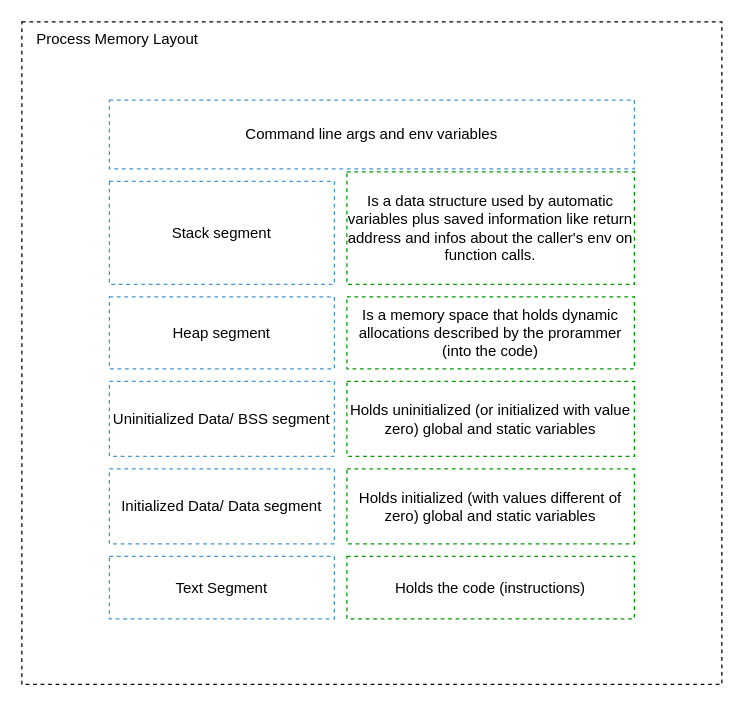
Above: page "memory-layout" (4 of 4) of images/clean-concurrent-code/concurrency.drawio in GabrielSlima/blog (draw.io), before the change. Source tidied: cells renumbered, new cells numbered last; positions are measured from the earlier drawing's top-left corner, leaving out a move shared by most shapes. Both pictures are drawn from the tidied source at 125%, with x=0, y=0 at pixel (21, 21).
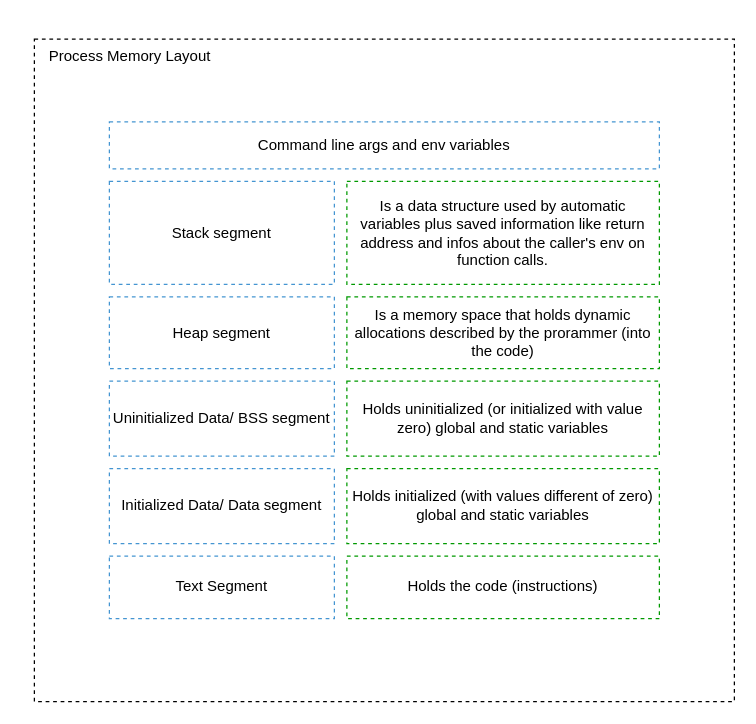
The same page after the edit.

Diff of the diagram source:
```diff
@@
 <mxGraphModel>
   <root>
     <mxCell id="0" />
     <mxCell id="1" parent="0" />
-    <mxCell id="2" value="Process Memory Layout" style="rounded=0;whiteSpace=wrap;html=1;dashed=1;fillColor=none;align=left;verticalAlign=top;spacingLeft=10;" parent="1" vertex="1">
-      <mxGeometry width="560" height="530" as="geometry" />
+    <mxCell id="2" value="Process Memory Layout" style="rounded=0;whiteSpace=wrap;html=1;fillColor=none;align=left;verticalAlign=top;spacingLeft=10;dashed=1;" parent="1" vertex="1">
+      <mxGeometry x="10" y="13.7" width="560" height="530" as="geometry" />
     </mxCell>
     <mxCell id="3" value="Text Segment" style="rounded=0;whiteSpace=wrap;html=1;fillColor=none;dashed=1;strokeColor=#4495D1;" parent="1" vertex="1">
-      <mxGeometry x="70" y="427.5" width="180" height="50" as="geometry" />
+      <mxGeometry x="70" y="427.4" width="180" height="50" as="geometry" />
     </mxCell>
     <mxCell id="4" value="Initialized Data/ Data segment" style="rounded=0;whiteSpace=wrap;html=1;fillColor=none;dashed=1;strokeColor=#4495D1;" parent="1" vertex="1">
-      <mxGeometry x="70" y="357.5" width="180" height="60" as="geometry" />
+      <mxGeometry x="70" y="357.4" width="180" height="60" as="geometry" />
     </mxCell>
     <mxCell id="5" value="Holds the code (instructions)" style="rounded=0;whiteSpace=wrap;html=1;fillColor=none;dashed=1;strokeColor=#009900;" parent="1" vertex="1">
-      <mxGeometry x="260" y="427.5" width="230" height="50" as="geometry" />
+      <mxGeometry x="260" y="427.4" width="250" height="50" as="geometry" />
     </mxCell>
     <mxCell id="6" value="Holds initialized (with values different of zero) global and static variables" style="rounded=0;whiteSpace=wrap;html=1;fillColor=none;dashed=1;align=center;strokeColor=#009900;" parent="1" vertex="1">
-      <mxGeometry x="260" y="357.5" width="230" height="60" as="geometry" />
+      <mxGeometry x="260" y="357.4" width="250" height="60" as="geometry" />
     </mxCell>
     <mxCell id="7" value="Uninitialized Data/ BSS segment" style="rounded=0;whiteSpace=wrap;html=1;fillColor=none;dashed=1;strokeColor=#4495D1;" parent="1" vertex="1">
-      <mxGeometry x="70" y="287.5" width="180" height="60" as="geometry" />
+      <mxGeometry x="70" y="287.4" width="180" height="60" as="geometry" />
     </mxCell>
     <mxCell id="8" value="Holds uninitialized (or initialized with value zero) global and static variables " style="rounded=0;whiteSpace=wrap;html=1;fillColor=none;dashed=1;align=center;strokeColor=#009900;" parent="1" vertex="1">
-      <mxGeometry x="260" y="287.5" width="230" height="60" as="geometry" />
+      <mxGeometry x="260" y="287.4" width="250" height="60" as="geometry" />
     </mxCell>
     <mxCell id="9" value="Heap segment" style="rounded=0;whiteSpace=wrap;html=1;fillColor=none;dashed=1;strokeColor=#4495D1;" parent="1" vertex="1">
-      <mxGeometry x="70" y="220" width="180" height="57.5" as="geometry" />
+      <mxGeometry x="70" y="219.9" width="180" height="57.5" as="geometry" />
     </mxCell>
     <mxCell id="10" value="Is a memory space that holds dynamic allocations described by the prorammer (into the code)" style="rounded=0;whiteSpace=wrap;html=1;fillColor=none;dashed=1;align=center;strokeColor=#009900;" parent="1" vertex="1">
-      <mxGeometry x="260" y="220" width="230" height="57.5" as="geometry" />
+      <mxGeometry x="260" y="219.9" width="250" height="57.5" as="geometry" />
     </mxCell>
     <mxCell id="11" value="Stack segment" style="rounded=0;whiteSpace=wrap;html=1;fillColor=none;dashed=1;strokeColor=#4495D1;" parent="1" vertex="1">
       <mxGeometry x="70" y="127.5" width="180" height="82.5" as="geometry" />
     </mxCell>
     <mxCell id="12" value="Is a data structure used by automatic variables plus saved information like return address and infos about the caller's env on function calls. " style="rounded=0;whiteSpace=wrap;html=1;fillColor=none;dashed=1;align=center;strokeColor=#009900;" parent="1" vertex="1">
-      <mxGeometry x="260" y="120" width="230" height="90" as="geometry" />
+      <mxGeometry x="260" y="127.5" width="250" height="82.5" as="geometry" />
     </mxCell>
     <mxCell id="13" value="Command line args and env variables" style="rounded=0;whiteSpace=wrap;html=1;fillColor=none;dashed=1;strokeColor=#4495D1;align=center;" parent="1" vertex="1">
-      <mxGeometry x="70" y="62.5" width="420" height="55" as="geometry" />
+      <mxGeometry x="70" y="80" width="440" height="37.5" as="geometry" />
     </mxCell>
   </root>
 </mxGraphModel>
```
